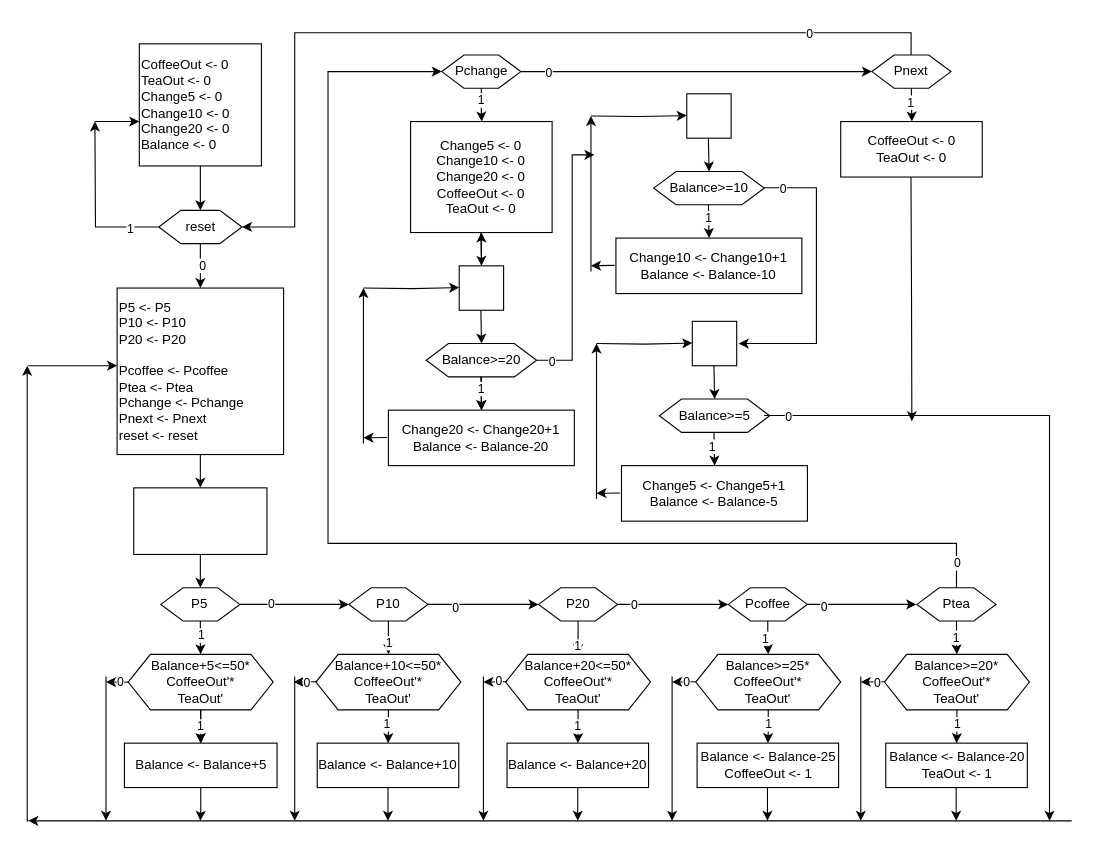
Earlier version of the draw.io diagram vending_machine.drawio (bookpanda/2110263-DIG-LOGIC-LAB-I). Source tidied: cells renumbered, new cells numbered last; positions are measured from the earlier drawing's top-left corner, leaving out a move shared by most shapes. Both pictures are drawn from the tidied source at 111%, with x=0, y=0 at pixel (27, 32).
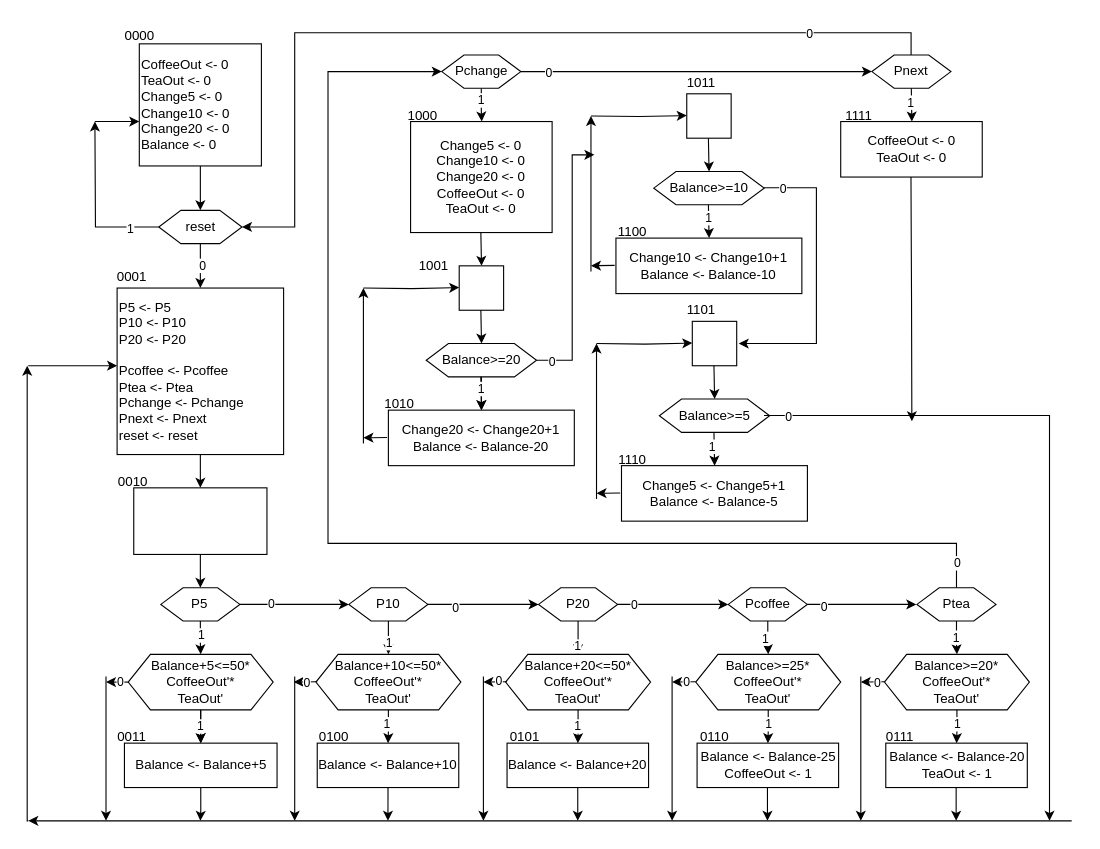
After the change.

The change refers to these unchanged cells:
```xml
<mxCell id="86" value="Change5 &amp;lt;- 0&lt;br&gt;Change10 &amp;lt;- 0&lt;br&gt;Change20 &amp;lt;- 0&lt;br&gt;CoffeeOut &amp;lt;- 0&lt;br&gt;TeaOut &amp;lt;- 0" style="whiteSpace=wrap;html=1;" parent="1" vertex="1">
  <mxGeometry x="345.4" y="80" width="127.5" height="100" as="geometry" />
</mxCell>
<mxCell id="97" style="whiteSpace=wrap;html=1;" parent="1" vertex="1">
  <mxGeometry x="389.2" y="210" width="40" height="40" as="geometry" />
</mxCell>
```

What changed in the source:
```diff
@@
-    <mxCell id="96" style="edgeStyle=orthogonalEdgeStyle;rounded=0;jettySize=auto;html=1;" parent="1" edge="1" source="97" target="86">
-      <mxGeometry relative="1" as="geometry" />
-    </mxCell>
@@
+    <mxCell id="130" value="0000" style="text;html=1;align=center;verticalAlign=middle;strokeColor=none;fillColor=none;" parent="1" vertex="1">
+      <mxGeometry x="76" y="-12" width="50" height="30" as="geometry" />
+    </mxCell>
+    <mxCell id="131" value="0001" style="text;html=1;align=center;verticalAlign=middle;strokeColor=none;fillColor=none;" parent="1" vertex="1">
+      <mxGeometry x="68.5" y="205" width="50" height="30" as="geometry" />
+    </mxCell>
+    <mxCell id="132" value="0010" style="text;html=1;align=center;verticalAlign=middle;strokeColor=none;fillColor=none;" parent="1" vertex="1">
+      <mxGeometry x="70.4" y="390" width="50" height="30" as="geometry" />
+    </mxCell>
+    <mxCell id="133" value="0011" style="text;html=1;align=center;verticalAlign=middle;strokeColor=none;fillColor=none;" parent="1" vertex="1">
+      <mxGeometry x="68.5" y="620" width="50" height="30" as="geometry" />
+    </mxCell>
+    <mxCell id="134" value="0100" style="text;html=1;align=center;verticalAlign=middle;strokeColor=none;fillColor=none;" parent="1" vertex="1">
+      <mxGeometry x="251" y="620" width="50" height="30" as="geometry" />
+    </mxCell>
+    <mxCell id="135" value="0101" style="text;html=1;align=center;verticalAlign=middle;strokeColor=none;fillColor=none;" parent="1" vertex="1">
+      <mxGeometry x="422.9" y="620" width="50" height="30" as="geometry" />
+    </mxCell>
+    <mxCell id="136" value="0110" style="text;html=1;align=center;verticalAlign=middle;strokeColor=none;fillColor=none;" parent="1" vertex="1">
+      <mxGeometry x="594.1" y="620" width="50" height="30" as="geometry" />
+    </mxCell>
+    <mxCell id="137" value="0111" style="text;html=1;align=center;verticalAlign=middle;strokeColor=none;fillColor=none;" parent="1" vertex="1">
+      <mxGeometry x="761" y="620" width="50" height="30" as="geometry" />
+    </mxCell>
+    <mxCell id="138" value="1000" style="text;html=1;align=center;verticalAlign=middle;strokeColor=none;fillColor=none;" parent="1" vertex="1">
+      <mxGeometry x="331" y="60" width="50" height="30" as="geometry" />
+    </mxCell>
+    <mxCell id="139" value="1001" style="text;html=1;align=center;verticalAlign=middle;strokeColor=none;fillColor=none;" parent="1" vertex="1">
+      <mxGeometry x="340.7" y="195" width="50" height="30" as="geometry" />
+    </mxCell>
+    <mxCell id="140" value="1010" style="text;html=1;align=center;verticalAlign=middle;strokeColor=none;fillColor=none;" parent="1" vertex="1">
+      <mxGeometry x="309.5" y="320" width="50" height="30" as="geometry" />
+    </mxCell>
+    <mxCell id="141" value="1011" style="text;html=1;align=center;verticalAlign=middle;strokeColor=none;fillColor=none;" parent="1" vertex="1">
+      <mxGeometry x="581.6" y="30" width="50" height="30" as="geometry" />
+    </mxCell>
+    <mxCell id="142" value="1100" style="text;html=1;align=center;verticalAlign=middle;strokeColor=none;fillColor=none;" parent="1" vertex="1">
+      <mxGeometry x="519.5" y="165" width="50" height="30" as="geometry" />
+    </mxCell>
+    <mxCell id="143" value="1101" style="text;html=1;align=center;verticalAlign=middle;strokeColor=none;fillColor=none;" parent="1" vertex="1">
+      <mxGeometry x="581.6" y="235" width="50" height="30" as="geometry" />
+    </mxCell>
+    <mxCell id="144" value="1110" style="text;html=1;align=center;verticalAlign=middle;strokeColor=none;fillColor=none;" parent="1" vertex="1">
+      <mxGeometry x="519.5" y="370" width="50" height="30" as="geometry" />
+    </mxCell>
+    <mxCell id="145" value="1111" style="text;html=1;align=center;verticalAlign=middle;strokeColor=none;fillColor=none;" parent="1" vertex="1">
+      <mxGeometry x="723.5" y="60" width="50" height="30" as="geometry" />
+    </mxCell>
```
